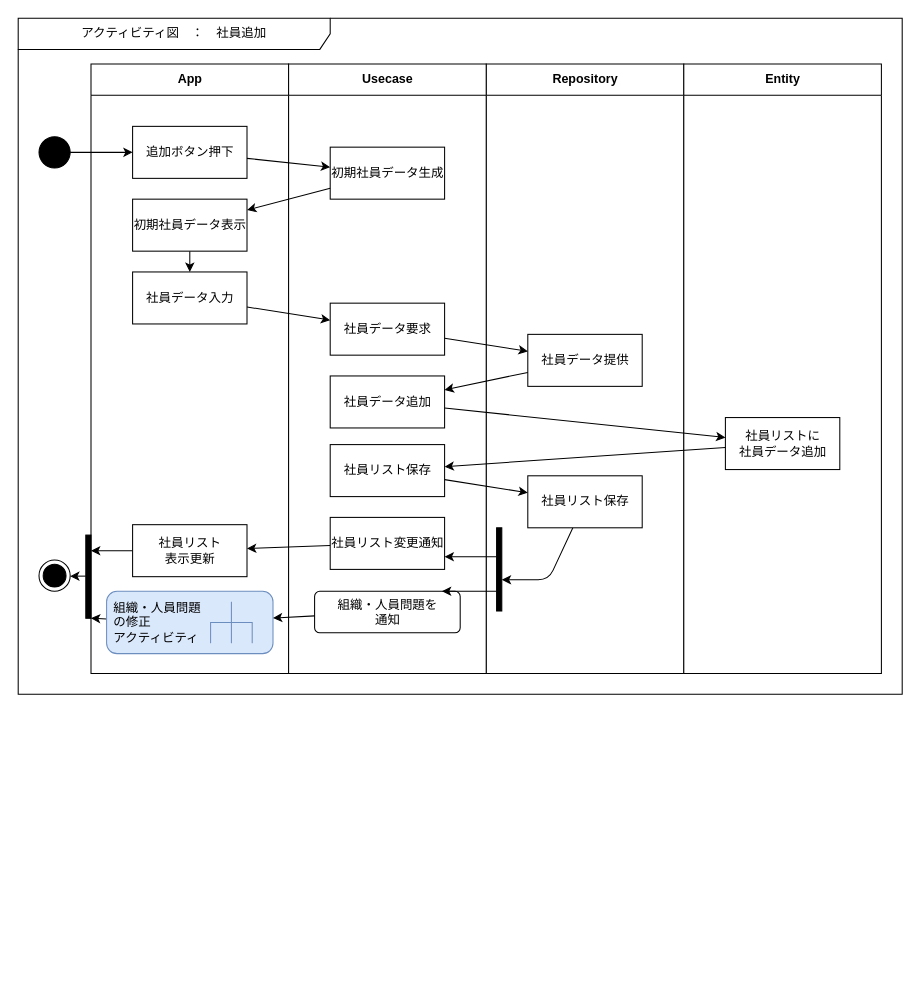
The draw.io diagram page "社員追加" (2 of 7) of Designs/アクティビティ/アクティビティ図.drawio in bosssanovar/LightMvvmSample, before the edit. Source tidied: cells renumbered, new cells numbered last; positions are measured from the earlier drawing's top-left corner, leaving out a move shared by most shapes. Both pictures are drawn from the tidied source at 104%, with x=0, y=0 at pixel (18, 18).
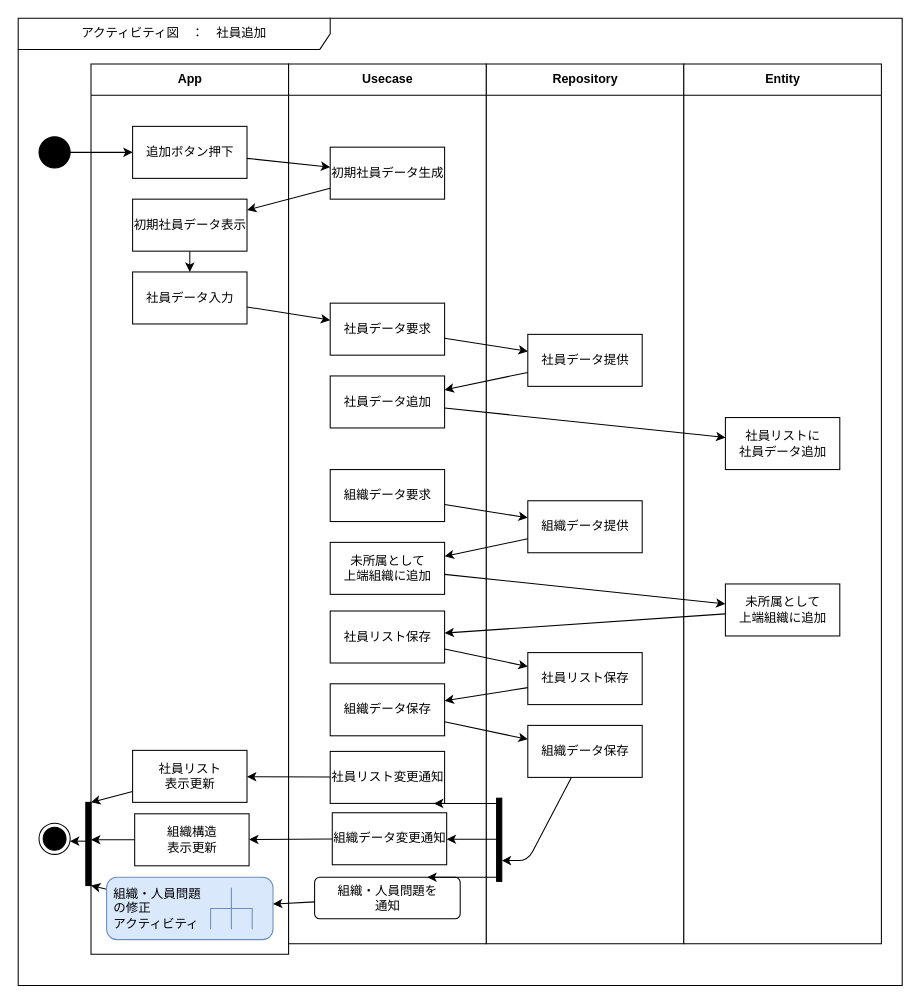
The same page after the edit.

Unchanged cells that the change refers to:
```xml
<mxCell id="9" value="社員リストに&lt;br&gt;社員データ追加" style="html=1;" parent="8" vertex="1">
  <mxGeometry x="40" y="340" width="110" height="50" as="geometry" />
</mxCell>
```

Change to the diagram source:
```diff
@@
     <mxCell id="2" value="アクティビティ図　：　社員追加" style="shape=umlFrame;whiteSpace=wrap;html=1;swimlaneFillColor=#FFFFFF;width=300;height=30;" parent="1" vertex="1">
-      <mxGeometry width="850" height="650" as="geometry" />
+      <mxGeometry width="850" height="930" as="geometry" />
     </mxCell>
     <mxCell id="3" value="Repository" style="swimlane;fontStyle=1;align=center;horizontal=1;startSize=30;html=1;swimlaneFillColor=#FFFFFF;" parent="1" vertex="1">
-      <mxGeometry x="450" y="44" width="190" height="586" as="geometry" />
+      <mxGeometry x="450" y="44" width="190" height="846" as="geometry" />
     </mxCell>
@@
-    <mxCell id="5" style="edgeStyle=none;html=1;" parent="3" edge="1" source="6" target="7">
-      <mxGeometry relative="1" as="geometry">
-        <Array as="points">
-          <mxPoint x="60" y="496" />
-        </Array>
-      </mxGeometry>
-    </mxCell>
     <mxCell id="6" value="社員リスト保存" style="html=1;" parent="3" vertex="1">
-      <mxGeometry x="40" y="396" width="110" height="50" as="geometry" />
+      <mxGeometry x="40" y="566" width="110" height="50" as="geometry" />
     </mxCell>
     <mxCell id="7" style="html=1;points=[];perimeter=orthogonalPerimeter;fillColor=strokeColor;" parent="3" vertex="1">
-      <mxGeometry x="10" y="446" width="5" height="80" as="geometry" />
+      <mxGeometry x="10" y="706" width="5" height="80" as="geometry" />
     </mxCell>
     <mxCell id="8" value="Entity" style="swimlane;fontStyle=1;align=center;horizontal=1;startSize=30;html=1;swimlaneFillColor=#FFFFFF;" parent="1" vertex="1">
-      <mxGeometry x="640" y="44" width="190" height="586" as="geometry" />
+      <mxGeometry x="640" y="44" width="190" height="846" as="geometry" />
     </mxCell>
@@
     <mxCell id="10" value="App" style="swimlane;fontStyle=1;align=center;horizontal=1;startSize=30;html=1;swimlaneFillColor=#FFFFFF;" parent="1" vertex="1">
-      <mxGeometry x="70" y="44" width="190" height="586" as="geometry" />
+      <mxGeometry x="70" y="44" width="190" height="856" as="geometry" />
     </mxCell>
@@
     <mxCell id="15" value="Usecase" style="swimlane;fontStyle=1;align=center;horizontal=1;startSize=30;html=1;swimlaneFillColor=#FFFFFF;" parent="1" vertex="1">
-      <mxGeometry x="260" y="44" width="190" height="586" as="geometry" />
+      <mxGeometry x="260" y="44" width="190" height="846" as="geometry" />
     </mxCell>
@@
     <mxCell id="19" value="社員リスト保存" style="html=1;" parent="15" vertex="1">
-      <mxGeometry x="40" y="366" width="110" height="50" as="geometry" />
+      <mxGeometry x="40" y="526" width="110" height="50" as="geometry" />
     </mxCell>
     <mxCell id="20" value="社員リスト変更通知" style="html=1;" parent="15" vertex="1">
-      <mxGeometry x="40" y="436" width="110" height="50" as="geometry" />
+      <mxGeometry x="40" y="661" width="110" height="50" as="geometry" />
     </mxCell>
@@
     <mxCell id="30" value="社員リスト&lt;br&gt;表示更新" style="html=1;" parent="1" vertex="1">
-      <mxGeometry x="110" y="487" width="110" height="50" as="geometry" />
+      <mxGeometry x="110" y="704" width="110" height="50" as="geometry" />
     </mxCell>
@@
     <mxCell id="33" style="ellipse;html=1;shape=endState;fillColor=strokeColor;" parent="1" vertex="1">
-      <mxGeometry x="20" y="521" width="30" height="30" as="geometry" />
+      <mxGeometry x="20" y="774" width="30" height="30" as="geometry" />
     </mxCell>
-    <mxCell id="34" style="edgeStyle=none;html=1;" parent="1" edge="1" source="9" target="19">
-      <mxGeometry relative="1" as="geometry" />
-    </mxCell>
@@
     <mxCell id="36" value="組織・人員問題&lt;br&gt;の修正&lt;br&gt;アクティビティ" style="shape=mxgraph.uml25.behaviorAction;html=1;rounded=1;absoluteArcSize=1;arcSize=10;align=left;spacingLeft=5;fillColor=#dae8fc;strokeColor=#6c8ebf;" parent="1" vertex="1">
-      <mxGeometry x="85" y="551" width="160" height="60" as="geometry" />
+      <mxGeometry x="85" y="826" width="160" height="60" as="geometry" />
     </mxCell>
     <mxCell id="37" value="組織・人員問題を&lt;br&gt;通知" style="html=1;align=center;verticalAlign=top;rounded=1;absoluteArcSize=1;arcSize=10;dashed=0;" parent="1" vertex="1">
-      <mxGeometry x="285" y="551" width="140" height="40" as="geometry" />
+      <mxGeometry x="285" y="826" width="140" height="40" as="geometry" />
     </mxCell>
@@
     <mxCell id="42" style="html=1;points=[];perimeter=orthogonalPerimeter;fillColor=strokeColor;" parent="1" vertex="1">
-      <mxGeometry x="65" y="497" width="5" height="80" as="geometry" />
+      <mxGeometry x="65" y="754" width="5" height="80" as="geometry" />
     </mxCell>
+    <mxCell id="43" value="組織データ提供" style="html=1;" parent="1" vertex="1">
+      <mxGeometry x="490" y="464" width="110" height="50" as="geometry" />
+    </mxCell>
+    <mxCell id="44" style="edgeStyle=none;html=1;" parent="1" edge="1" source="45" target="19">
+      <mxGeometry relative="1" as="geometry" />
+    </mxCell>
+    <mxCell id="45" value="未所属として&lt;br style=&quot;border-color: var(--border-color);&quot;&gt;上端組織に追加" style="html=1;" parent="1" vertex="1">
+      <mxGeometry x="680" y="544" width="110" height="50" as="geometry" />
+    </mxCell>
+    <mxCell id="46" value="組織データ要求" style="html=1;" parent="1" vertex="1">
+      <mxGeometry x="300" y="434" width="110" height="50" as="geometry" />
+    </mxCell>
+    <mxCell id="47" value="未所属として&lt;br&gt;上端組織に追加" style="html=1;" parent="1" vertex="1">
+      <mxGeometry x="300" y="504" width="110" height="50" as="geometry" />
+    </mxCell>
+    <mxCell id="48" style="edgeStyle=none;html=1;" parent="1" edge="1" source="46" target="43">
+      <mxGeometry relative="1" as="geometry" />
+    </mxCell>
+    <mxCell id="49" style="edgeStyle=none;html=1;" parent="1" edge="1" source="43" target="47">
+      <mxGeometry relative="1" as="geometry" />
+    </mxCell>
+    <mxCell id="50" style="edgeStyle=none;html=1;" parent="1" edge="1" source="47" target="45">
+      <mxGeometry relative="1" as="geometry" />
+    </mxCell>
+    <mxCell id="51" style="edgeStyle=none;html=1;" parent="1" edge="1" source="52" target="7">
+      <mxGeometry relative="1" as="geometry">
+        <Array as="points">
+          <mxPoint x="490" y="810" />
+        </Array>
+      </mxGeometry>
+    </mxCell>
+    <mxCell id="52" value="組織データ保存" style="html=1;" parent="1" vertex="1">
+      <mxGeometry x="490" y="680" width="110" height="50" as="geometry" />
+    </mxCell>
+    <mxCell id="53" value="組織データ保存" style="html=1;" parent="1" vertex="1">
+      <mxGeometry x="300" y="640" width="110" height="50" as="geometry" />
+    </mxCell>
+    <mxCell id="54" style="edgeStyle=none;html=1;" parent="1" edge="1" source="53" target="52">
+      <mxGeometry relative="1" as="geometry" />
+    </mxCell>
+    <mxCell id="55" style="edgeStyle=none;html=1;" parent="1" edge="1" source="6" target="53">
+      <mxGeometry relative="1" as="geometry" />
+    </mxCell>
+    <mxCell id="56" value="組織データ変更通知" style="html=1;" parent="1" vertex="1">
+      <mxGeometry x="302" y="764" width="110" height="50" as="geometry" />
+    </mxCell>
+    <mxCell id="57" style="edgeStyle=none;html=1;" parent="1" edge="1" source="58" target="42">
+      <mxGeometry relative="1" as="geometry" />
+    </mxCell>
+    <mxCell id="58" value="組織構造&lt;br&gt;表示更新" style="html=1;" parent="1" vertex="1">
+      <mxGeometry x="112" y="765" width="110" height="50" as="geometry" />
+    </mxCell>
+    <mxCell id="59" style="edgeStyle=none;html=1;" parent="1" edge="1" source="56" target="58">
+      <mxGeometry relative="1" as="geometry" />
+    </mxCell>
+    <mxCell id="60" style="edgeStyle=none;html=1;" parent="1" edge="1" source="7" target="56">
+      <mxGeometry relative="1" as="geometry" />
+    </mxCell>
```
